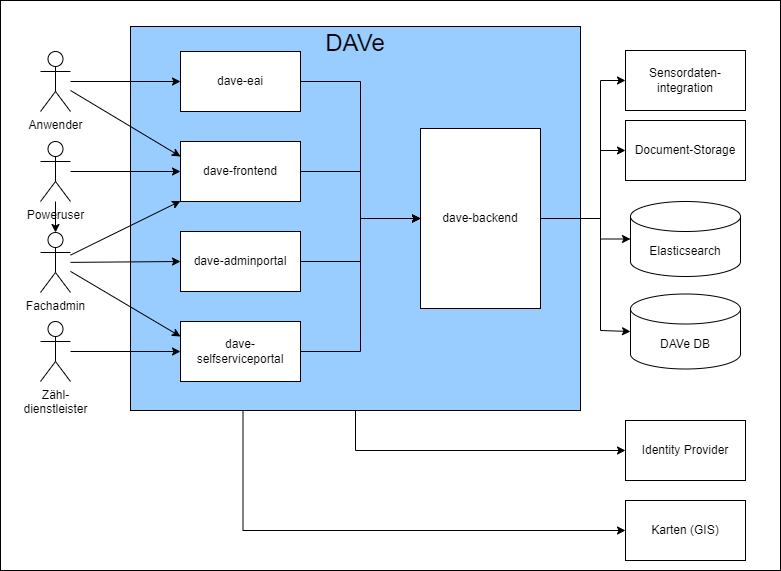
Earlier version of the draw.io export docs/src/img/DAVe_Technischer_Kontext.drawio.png (it-at-m/dave). Source tidied: cells renumbered, new cells last; positions are measured from the earlier drawing's top-left corner, leaving out a move shared by most shapes.
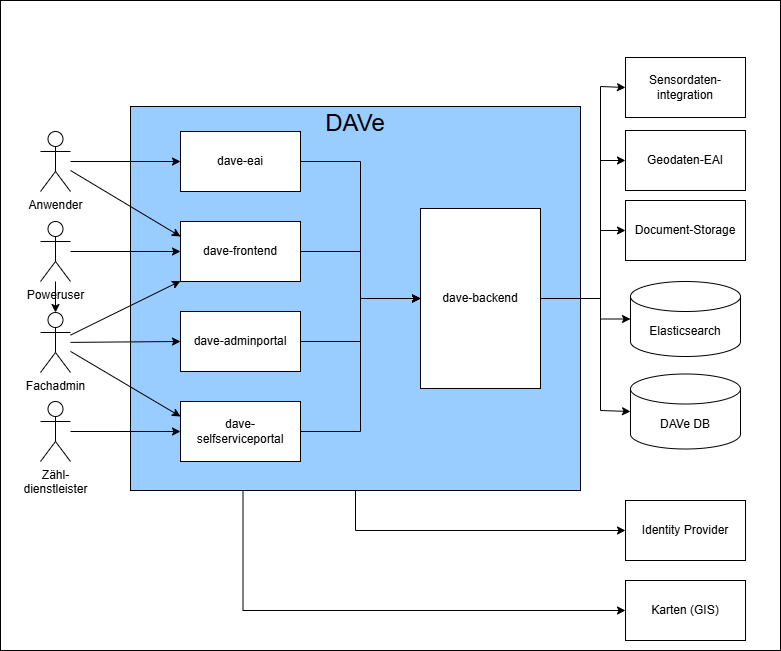
Later version of the same file.

Commit message:
add geodata eai to technischer kontext

What changed in the source:
```diff
@@ -2,58 +2,58 @@
   <root>
     <mxCell id="0" />
     <mxCell id="1" parent="0" />
-    <mxCell id="2" style="rounded=0;whiteSpace=wrap;html=1;fillColor=#FFFFFF;" parent="1" vertex="1">
-      <mxGeometry width="780" height="570" as="geometry" />
+    <mxCell id="2" style="rounded=0;whiteSpace=wrap;html=1;fillColor=light-dark(#FFFFFF,#FFFFFF);" parent="1" vertex="1">
+      <mxGeometry y="-80" width="780" height="650" as="geometry" />
     </mxCell>
-    <mxCell id="3" value="&lt;font style=&quot;color: light-dark(rgb(0, 0, 0), rgb(0, 0, 0));&quot;&gt;Sensordaten-integration&lt;/font&gt;" style="rounded=0;whiteSpace=wrap;html=1;fillColor=none;strokeColor=#000000;" parent="1" vertex="1">
+    <mxCell id="3" value="&lt;font style=&quot;color: light-dark(rgb(0, 0, 0), rgb(0, 0, 0));&quot;&gt;Geodaten-EAI&lt;/font&gt;" style="rounded=0;whiteSpace=wrap;html=1;fillColor=none;strokeColor=light-dark(#000000,#000000);" parent="1" vertex="1">
       <mxGeometry x="625" y="50" width="120" height="60" as="geometry" />
     </mxCell>
-    <mxCell id="4" value="Fachadmin" style="shape=umlActor;verticalLabelPosition=bottom;verticalAlign=top;html=1;outlineConnect=0;fontColor=light-dark(#000000,#000000);strokeColor=#000000;fillColor=none;" parent="1" vertex="1">
+    <mxCell id="4" value="Fachadmin" style="shape=umlActor;verticalLabelPosition=bottom;verticalAlign=top;html=1;outlineConnect=0;fontColor=light-dark(#000000,#000000);strokeColor=light-dark(#000000,#000000);fillColor=none;" parent="1" vertex="1">
       <mxGeometry x="40" y="232" width="30" height="60" as="geometry" />
     </mxCell>
-    <mxCell id="5" value="Zähl-&lt;br&gt;dienstleister" style="shape=umlActor;verticalLabelPosition=bottom;verticalAlign=top;html=1;outlineConnect=0;strokeColor=#000000;fontColor=light-dark(#000000,#000000);fillColor=none;" parent="1" vertex="1">
+    <mxCell id="5" value="Zähl-&lt;br&gt;dienstleister" style="shape=umlActor;verticalLabelPosition=bottom;verticalAlign=top;html=1;outlineConnect=0;strokeColor=light-dark(#000000,#000000);fontColor=light-dark(#000000,#000000);fillColor=none;" parent="1" vertex="1">
       <mxGeometry x="40" y="321" width="30" height="60" as="geometry" />
     </mxCell>
-    <mxCell id="6" style="edgeStyle=orthogonalEdgeStyle;rounded=0;jettySize=auto;html=1;exitX=0.5;exitY=1;exitDx=0;exitDy=0;entryX=0;entryY=0.5;entryDx=0;entryDy=0;strokeColor=#000000;" parent="1" edge="1" source="7" target="29">
+    <mxCell id="6" style="edgeStyle=orthogonalEdgeStyle;rounded=0;jettySize=auto;html=1;exitX=0.5;exitY=1;exitDx=0;exitDy=0;entryX=0;entryY=0.5;entryDx=0;entryDy=0;strokeColor=light-dark(#000000,#000000);" parent="1" edge="1" source="7" target="29">
       <mxGeometry relative="1" as="geometry" />
     </mxCell>
     <mxCell id="7" value="&lt;font style=&quot;font-size: 24px; color: light-dark(rgb(0, 0, 0), rgb(0, 0, 0));&quot;&gt;DAVe&lt;/font&gt;&lt;div&gt;&lt;font style=&quot;color: light-dark(rgb(0, 0, 0), rgb(0, 0, 0));&quot; size=&quot;3&quot;&gt;&lt;br&gt;&lt;/font&gt;&lt;/div&gt;&lt;div&gt;&lt;font style=&quot;color: light-dark(rgb(0, 0, 0), rgb(0, 0, 0));&quot; size=&quot;3&quot;&gt;&lt;br&gt;&lt;/font&gt;&lt;/div&gt;&lt;div&gt;&lt;font style=&quot;color: light-dark(rgb(0, 0, 0), rgb(0, 0, 0));&quot; size=&quot;3&quot;&gt;&lt;br&gt;&lt;/font&gt;&lt;/div&gt;&lt;div&gt;&lt;font style=&quot;color: light-dark(rgb(0, 0, 0), rgb(0, 0, 0));&quot; size=&quot;3&quot;&gt;&lt;br&gt;&lt;/font&gt;&lt;/div&gt;&lt;div&gt;&lt;font style=&quot;color: light-dark(rgb(0, 0, 0), rgb(0, 0, 0));&quot; size=&quot;3&quot;&gt;&lt;br&gt;&lt;/font&gt;&lt;/div&gt;&lt;div&gt;&lt;font style=&quot;color: light-dark(rgb(0, 0, 0), rgb(0, 0, 0));&quot; size=&quot;3&quot;&gt;&lt;br&gt;&lt;/font&gt;&lt;/div&gt;&lt;div&gt;&lt;font style=&quot;color: light-dark(rgb(0, 0, 0), rgb(0, 0, 0));&quot; size=&quot;3&quot;&gt;&lt;br&gt;&lt;/font&gt;&lt;/div&gt;&lt;div&gt;&lt;font style=&quot;color: light-dark(rgb(0, 0, 0), rgb(0, 0, 0));&quot; size=&quot;3&quot;&gt;&lt;br&gt;&lt;/font&gt;&lt;/div&gt;&lt;div&gt;&lt;br&gt;&lt;/div&gt;&lt;div&gt;&lt;font style=&quot;color: light-dark(rgb(0, 0, 0), rgb(0, 0, 0));&quot; size=&quot;3&quot;&gt;&lt;br&gt;&lt;/font&gt;&lt;/div&gt;&lt;div&gt;&lt;font style=&quot;color: light-dark(rgb(0, 0, 0), rgb(0, 0, 0));&quot; size=&quot;3&quot;&gt;&lt;br&gt;&lt;/font&gt;&lt;/div&gt;&lt;div&gt;&lt;font style=&quot;color: light-dark(rgb(0, 0, 0), rgb(0, 0, 0));&quot; size=&quot;3&quot;&gt;&lt;br&gt;&lt;/font&gt;&lt;/div&gt;&lt;div&gt;&lt;font style=&quot;color: light-dark(rgb(0, 0, 0), rgb(0, 0, 0));&quot; size=&quot;3&quot;&gt;&lt;br&gt;&lt;/font&gt;&lt;/div&gt;&lt;div&gt;&lt;font style=&quot;color: light-dark(rgb(0, 0, 0), rgb(0, 0, 0));&quot; size=&quot;3&quot;&gt;&lt;br&gt;&lt;/font&gt;&lt;/div&gt;&lt;div&gt;&lt;font style=&quot;color: light-dark(rgb(0, 0, 0), rgb(0, 0, 0));&quot; size=&quot;3&quot;&gt;&lt;br&gt;&lt;/font&gt;&lt;/div&gt;&lt;div&gt;&lt;font style=&quot;color: light-dark(rgb(0, 0, 0), rgb(0, 0, 0));&quot;&gt;&lt;br&gt;&lt;/font&gt;&lt;/div&gt;&lt;div&gt;&lt;font style=&quot;color: light-dark(rgb(0, 0, 0), rgb(0, 0, 0));&quot; size=&quot;3&quot;&gt;&lt;br&gt;&lt;/font&gt;&lt;/div&gt;&lt;div&gt;&lt;font style=&quot;color: light-dark(rgb(0, 0, 0), rgb(0, 0, 0));&quot; size=&quot;3&quot;&gt;&lt;br&gt;&lt;/font&gt;&lt;/div&gt;&lt;div&gt;&lt;br&gt;&lt;/div&gt;" style="rounded=0;whiteSpace=wrap;html=1;fillColor=#99CCFF;strokeColor=#000000;" parent="1" vertex="1">
       <mxGeometry x="130" y="26" width="450" height="384" as="geometry" />
     </mxCell>
-    <mxCell id="8" style="rounded=0;jettySize=auto;html=1;strokeColor=#000000;entryX=0;entryY=0.5;entryDx=0;entryDy=0;" parent="1" edge="1" source="10" target="18">
+    <mxCell id="8" style="rounded=0;jettySize=auto;html=1;strokeColor=light-dark(#000000,#000000);entryX=0;entryY=0.5;entryDx=0;entryDy=0;" parent="1" edge="1" source="10" target="18">
       <mxGeometry relative="1" as="geometry" />
     </mxCell>
-    <mxCell id="9" style="rounded=0;jettySize=auto;html=1;entryX=0;entryY=0.25;entryDx=0;entryDy=0;strokeColor=#000000;" parent="1" edge="1" source="10" target="12">
+    <mxCell id="9" style="rounded=0;jettySize=auto;html=1;entryX=0;entryY=0.25;entryDx=0;entryDy=0;strokeColor=light-dark(#000000,#000000);" parent="1" edge="1" source="10" target="12">
       <mxGeometry relative="1" as="geometry" />
     </mxCell>
-    <mxCell id="10" value="Anwender" style="shape=umlActor;verticalLabelPosition=bottom;verticalAlign=top;html=1;outlineConnect=0;strokeColor=#000000;fontColor=light-dark(#000000,#000000);fillColor=none;" parent="1" vertex="1">
+    <mxCell id="10" value="Anwender" style="shape=umlActor;verticalLabelPosition=bottom;verticalAlign=top;html=1;outlineConnect=0;strokeColor=light-dark(#000000,#000000);fontColor=light-dark(#000000,#000000);fillColor=none;" parent="1" vertex="1">
       <mxGeometry x="40" y="51" width="30" height="60" as="geometry" />
     </mxCell>
-    <mxCell id="11" style="edgeStyle=orthogonalEdgeStyle;rounded=0;jettySize=auto;html=1;exitX=1;exitY=0.5;exitDx=0;exitDy=0;entryX=0;entryY=0.5;entryDx=0;entryDy=0;strokeColor=#000000;" parent="1" edge="1" source="12" target="21">
+    <mxCell id="11" style="edgeStyle=orthogonalEdgeStyle;rounded=0;jettySize=auto;html=1;exitX=1;exitY=0.5;exitDx=0;exitDy=0;entryX=0;entryY=0.5;entryDx=0;entryDy=0;strokeColor=light-dark(#000000,#000000);" parent="1" edge="1" source="12" target="21">
       <mxGeometry relative="1" as="geometry" />
     </mxCell>
-    <mxCell id="12" value="&lt;font color=&quot;#000000&quot;&gt;dave-frontend&lt;/font&gt;" style="rounded=0;whiteSpace=wrap;html=1;fillColor=#FFFFFF;strokeColor=#000000;" parent="1" vertex="1">
+    <mxCell id="12" value="&lt;font color=&quot;#000000&quot;&gt;dave-frontend&lt;/font&gt;" style="rounded=0;whiteSpace=wrap;html=1;fillColor=#FFFFFF;strokeColor=light-dark(#000000,#000000);" parent="1" vertex="1">
       <mxGeometry x="180" y="141" width="120" height="60" as="geometry" />
     </mxCell>
-    <mxCell id="13" style="edgeStyle=orthogonalEdgeStyle;rounded=0;jettySize=auto;html=1;exitX=1;exitY=0.5;exitDx=0;exitDy=0;entryX=0;entryY=0.5;entryDx=0;entryDy=0;strokeColor=#000000;" parent="1" edge="1" source="14" target="21">
+    <mxCell id="13" style="edgeStyle=orthogonalEdgeStyle;rounded=0;jettySize=auto;html=1;exitX=1;exitY=0.5;exitDx=0;exitDy=0;entryX=0;entryY=0.5;entryDx=0;entryDy=0;strokeColor=light-dark(#000000,#000000);" parent="1" edge="1" source="14" target="21">
       <mxGeometry relative="1" as="geometry" />
     </mxCell>
-    <mxCell id="14" value="&lt;font color=&quot;#000000&quot;&gt;dave-adminportal&lt;/font&gt;" style="rounded=0;whiteSpace=wrap;html=1;fillColor=#FFFFFF;strokeColor=#000000;" parent="1" vertex="1">
+    <mxCell id="14" value="&lt;font color=&quot;#000000&quot;&gt;dave-adminportal&lt;/font&gt;" style="rounded=0;whiteSpace=wrap;html=1;fillColor=#FFFFFF;strokeColor=light-dark(#000000,#000000);" parent="1" vertex="1">
       <mxGeometry x="180" y="231" width="120" height="60" as="geometry" />
     </mxCell>
-    <mxCell id="15" style="edgeStyle=orthogonalEdgeStyle;rounded=0;jettySize=auto;html=1;exitX=1;exitY=0.5;exitDx=0;exitDy=0;entryX=0;entryY=0.5;entryDx=0;entryDy=0;strokeColor=#000000;" parent="1" edge="1" source="16" target="21">
+    <mxCell id="15" style="edgeStyle=orthogonalEdgeStyle;rounded=0;jettySize=auto;html=1;exitX=1;exitY=0.5;exitDx=0;exitDy=0;entryX=0;entryY=0.5;entryDx=0;entryDy=0;strokeColor=light-dark(#000000,#000000);" parent="1" edge="1" source="16" target="21">
       <mxGeometry relative="1" as="geometry" />
     </mxCell>
-    <mxCell id="16" value="&lt;font color=&quot;#000000&quot;&gt;dave-&lt;/font&gt;&lt;div&gt;&lt;font color=&quot;#000000&quot;&gt;selfserviceportal&lt;/font&gt;&lt;/div&gt;" style="rounded=0;whiteSpace=wrap;html=1;fillColor=#FFFFFF;strokeColor=#000000;" parent="1" vertex="1">
+    <mxCell id="16" value="&lt;font color=&quot;#000000&quot;&gt;dave-&lt;/font&gt;&lt;div&gt;&lt;font color=&quot;#000000&quot;&gt;selfserviceportal&lt;/font&gt;&lt;/div&gt;" style="rounded=0;whiteSpace=wrap;html=1;fillColor=#FFFFFF;strokeColor=light-dark(#000000,#000000);" parent="1" vertex="1">
       <mxGeometry x="180" y="321" width="120" height="60" as="geometry" />
     </mxCell>
-    <mxCell id="17" style="edgeStyle=orthogonalEdgeStyle;rounded=0;jettySize=auto;html=1;exitX=1;exitY=0.5;exitDx=0;exitDy=0;entryX=0;entryY=0.5;entryDx=0;entryDy=0;strokeColor=#000000;" parent="1" edge="1" source="18" target="21">
+    <mxCell id="17" style="edgeStyle=orthogonalEdgeStyle;rounded=0;jettySize=auto;html=1;exitX=1;exitY=0.5;exitDx=0;exitDy=0;entryX=0;entryY=0.5;entryDx=0;entryDy=0;strokeColor=light-dark(#000000,#000000);" parent="1" edge="1" source="18" target="21">
       <mxGeometry relative="1" as="geometry" />
     </mxCell>
-    <mxCell id="18" value="&lt;font color=&quot;#000000&quot;&gt;dave-eai&lt;/font&gt;" style="rounded=0;whiteSpace=wrap;html=1;fillColor=#FFFFFF;strokeColor=#000000;" parent="1" vertex="1">
+    <mxCell id="18" value="&lt;font color=&quot;#000000&quot;&gt;dave-eai&lt;/font&gt;" style="rounded=0;whiteSpace=wrap;html=1;fillColor=#FFFFFF;strokeColor=light-dark(#000000,#000000);" parent="1" vertex="1">
       <mxGeometry x="180" y="51" width="120" height="60" as="geometry" />
     </mxCell>
-    <mxCell id="19" style="edgeStyle=orthogonalEdgeStyle;rounded=0;jettySize=auto;html=1;exitX=1;exitY=0.5;exitDx=0;exitDy=0;entryX=0;entryY=0.5;entryDx=0;entryDy=0;strokeColor=#000000;" parent="1" edge="1" source="21" target="3">
+    <mxCell id="19" style="edgeStyle=orthogonalEdgeStyle;rounded=0;jettySize=auto;html=1;exitX=1;exitY=0.5;exitDx=0;exitDy=0;entryX=0;entryY=0.5;entryDx=0;entryDy=0;strokeColor=light-dark(#000000,#000000);" parent="1" edge="1" source="21" target="3">
       <mxGeometry relative="1" as="geometry">
         <Array as="points">
           <mxPoint x="600" y="218" />
@@ -61,7 +61,7 @@
         </Array>
       </mxGeometry>
     </mxCell>
-    <mxCell id="20" style="edgeStyle=orthogonalEdgeStyle;rounded=0;jettySize=auto;html=1;exitX=1;exitY=0.5;exitDx=0;exitDy=0;entryX=0;entryY=0.5;entryDx=0;entryDy=0;strokeColor=#000000;" parent="1" edge="1" source="21" target="28">
+    <mxCell id="20" style="edgeStyle=orthogonalEdgeStyle;rounded=0;jettySize=auto;html=1;exitX=1;exitY=0.5;exitDx=0;exitDy=0;entryX=0;entryY=0.5;entryDx=0;entryDy=0;strokeColor=light-dark(#000000,#000000);" parent="1" edge="1" source="21" target="28">
       <mxGeometry relative="1" as="geometry">
         <Array as="points">
           <mxPoint x="600" y="218" />
@@ -69,34 +69,34 @@
         </Array>
       </mxGeometry>
     </mxCell>
-    <mxCell id="21" value="&lt;font color=&quot;#000000&quot;&gt;dave-backend&lt;/font&gt;" style="rounded=0;whiteSpace=wrap;html=1;fillColor=#FFFFFF;strokeColor=#000000;" parent="1" vertex="1">
+    <mxCell id="21" value="&lt;font color=&quot;#000000&quot;&gt;dave-backend&lt;/font&gt;" style="rounded=0;whiteSpace=wrap;html=1;fillColor=#FFFFFF;strokeColor=light-dark(#000000,#000000);" parent="1" vertex="1">
       <mxGeometry x="420" y="128" width="120" height="180" as="geometry" />
     </mxCell>
-    <mxCell id="22" style="rounded=0;jettySize=auto;html=1;strokeColor=#000000;entryX=0;entryY=0.5;entryDx=0;entryDy=0;" parent="1" edge="1" source="4" target="14">
+    <mxCell id="22" style="rounded=0;jettySize=auto;html=1;strokeColor=light-dark(#000000,#000000);entryX=0;entryY=0.5;entryDx=0;entryDy=0;" parent="1" edge="1" source="4" target="14">
       <mxGeometry relative="1" as="geometry" />
     </mxCell>
-    <mxCell id="23" style="rounded=0;jettySize=auto;html=1;entryX=0;entryY=0.5;entryDx=0;entryDy=0;strokeColor=#000000;" parent="1" edge="1" source="5" target="16">
+    <mxCell id="23" style="rounded=0;jettySize=auto;html=1;entryX=0;entryY=0.5;entryDx=0;entryDy=0;strokeColor=light-dark(#000000,#000000);" parent="1" edge="1" source="5" target="16">
       <mxGeometry relative="1" as="geometry" />
     </mxCell>
-    <mxCell id="24" style="rounded=0;jettySize=auto;html=1;strokeColor=#000000;" parent="1" edge="1" source="4" target="12">
+    <mxCell id="24" style="rounded=0;jettySize=auto;html=1;strokeColor=light-dark(#000000,#000000);" parent="1" edge="1" source="4" target="12">
       <mxGeometry relative="1" as="geometry" />
     </mxCell>
-    <mxCell id="25" style="rounded=0;jettySize=auto;html=1;entryX=0;entryY=0.25;entryDx=0;entryDy=0;strokeColor=#000000;" parent="1" edge="1" source="4" target="16">
+    <mxCell id="25" style="rounded=0;jettySize=auto;html=1;entryX=0;entryY=0.25;entryDx=0;entryDy=0;strokeColor=light-dark(#000000,#000000);" parent="1" edge="1" source="4" target="16">
       <mxGeometry relative="1" as="geometry" />
     </mxCell>
-    <mxCell id="26" value="Elasticsearch" style="shape=cylinder3;whiteSpace=wrap;html=1;boundedLbl=1;backgroundOutline=1;size=15;fillColor=none;fontColor=light-dark(#000000,#000000);strokeColor=#000000;" parent="1" vertex="1">
+    <mxCell id="26" value="Elasticsearch" style="shape=cylinder3;whiteSpace=wrap;html=1;boundedLbl=1;backgroundOutline=1;size=15;fillColor=none;fontColor=light-dark(#000000,#000000);strokeColor=light-dark(#000000,#000000);" parent="1" vertex="1">
       <mxGeometry x="630" y="201" width="110" height="75" as="geometry" />
     </mxCell>
-    <mxCell id="27" value="DAVe DB" style="shape=cylinder3;whiteSpace=wrap;html=1;boundedLbl=1;backgroundOutline=1;size=15;fillColor=none;fontColor=light-dark(#000000,#000000);strokeColor=#000000;" parent="1" vertex="1">
+    <mxCell id="27" value="DAVe DB" style="shape=cylinder3;whiteSpace=wrap;html=1;boundedLbl=1;backgroundOutline=1;size=15;fillColor=none;fontColor=light-dark(#000000,#000000);strokeColor=light-dark(#000000,#000000);" parent="1" vertex="1">
       <mxGeometry x="630" y="293.5" width="110" height="75" as="geometry" />
     </mxCell>
-    <mxCell id="28" value="&lt;font style=&quot;color: light-dark(rgb(0, 0, 0), rgb(0, 0, 0));&quot;&gt;Document-Storage&lt;/font&gt;" style="rounded=0;whiteSpace=wrap;html=1;fillColor=none;strokeColor=#000000;" parent="1" vertex="1">
+    <mxCell id="28" value="&lt;font style=&quot;color: light-dark(rgb(0, 0, 0), rgb(0, 0, 0));&quot;&gt;Document-Storage&lt;/font&gt;" style="rounded=0;whiteSpace=wrap;html=1;fillColor=none;strokeColor=light-dark(#000000,#000000);" parent="1" vertex="1">
       <mxGeometry x="625" y="120" width="120" height="60" as="geometry" />
     </mxCell>
-    <mxCell id="29" value="&lt;font style=&quot;color: light-dark(rgb(0, 0, 0), rgb(0, 0, 0));&quot;&gt;Identity Provider&lt;/font&gt;" style="rounded=0;whiteSpace=wrap;html=1;fillColor=none;strokeColor=#000000;" parent="1" vertex="1">
+    <mxCell id="29" value="&lt;font style=&quot;color: light-dark(rgb(0, 0, 0), rgb(0, 0, 0));&quot;&gt;Identity Provider&lt;/font&gt;" style="rounded=0;whiteSpace=wrap;html=1;fillColor=none;strokeColor=light-dark(#000000,#000000);" parent="1" vertex="1">
       <mxGeometry x="625" y="420" width="120" height="60" as="geometry" />
     </mxCell>
-    <mxCell id="30" style="edgeStyle=orthogonalEdgeStyle;rounded=0;jettySize=auto;html=1;exitX=1;exitY=0.5;exitDx=0;exitDy=0;entryX=0;entryY=0.5;entryDx=0;entryDy=0;entryPerimeter=0;strokeColor=#000000;" parent="1" edge="1" source="21" target="26">
+    <mxCell id="30" style="edgeStyle=orthogonalEdgeStyle;rounded=0;jettySize=auto;html=1;exitX=1;exitY=0.5;exitDx=0;exitDy=0;entryX=0;entryY=0.5;entryDx=0;entryDy=0;entryPerimeter=0;strokeColor=light-dark(#000000,#000000);" parent="1" edge="1" source="21" target="26">
       <mxGeometry relative="1" as="geometry">
         <Array as="points">
           <mxPoint x="600" y="218" />
@@ -104,7 +104,7 @@
         </Array>
       </mxGeometry>
     </mxCell>
-    <mxCell id="31" style="edgeStyle=orthogonalEdgeStyle;rounded=0;jettySize=auto;html=1;exitX=1;exitY=0.5;exitDx=0;exitDy=0;entryX=0;entryY=0.5;entryDx=0;entryDy=0;entryPerimeter=0;strokeColor=#000000;" parent="1" edge="1" source="21" target="27">
+    <mxCell id="31" style="edgeStyle=orthogonalEdgeStyle;rounded=0;jettySize=auto;html=1;exitX=1;exitY=0.5;exitDx=0;exitDy=0;entryX=0;entryY=0.5;entryDx=0;entryDy=0;entryPerimeter=0;strokeColor=light-dark(#000000,#000000);" parent="1" edge="1" source="21" target="27">
       <mxGeometry relative="1" as="geometry">
         <Array as="points">
           <mxPoint x="600" y="218" />
@@ -118,14 +118,26 @@
     <mxCell id="33" style="edgeStyle=orthogonalEdgeStyle;rounded=0;jettySize=auto;html=1;" parent="1" edge="1" source="34" target="4">
       <mxGeometry relative="1" as="geometry" />
     </mxCell>
-    <mxCell id="34" value="Poweruser" style="shape=umlActor;verticalLabelPosition=bottom;verticalAlign=top;html=1;outlineConnect=0;strokeColor=#000000;fontColor=light-dark(#000000,#000000);fillColor=none;" parent="1" vertex="1">
+    <mxCell id="34" value="Poweruser" style="shape=umlActor;verticalLabelPosition=bottom;verticalAlign=top;html=1;outlineConnect=0;strokeColor=light-dark(#000000,#000000);fontColor=light-dark(#000000,#000000);fillColor=none;" parent="1" vertex="1">
       <mxGeometry x="40" y="141" width="30" height="60" as="geometry" />
     </mxCell>
-    <mxCell id="35" value="Karten (GIS)" style="rounded=0;whiteSpace=wrap;html=1;fillColor=none;strokeColor=#000000;" parent="1" vertex="1">
+    <mxCell id="35" value="Karten (GIS)" style="rounded=0;whiteSpace=wrap;html=1;fillColor=none;strokeColor=light-dark(#000000,#000000);" parent="1" vertex="1">
       <mxGeometry x="625" y="500" width="120" height="60" as="geometry" />
     </mxCell>
-    <mxCell id="36" style="edgeStyle=orthogonalEdgeStyle;rounded=0;jettySize=auto;html=1;exitX=0.25;exitY=1;exitDx=0;exitDy=0;entryX=0;entryY=0.5;entryDx=0;entryDy=0;strokeColor=#000000;" parent="1" edge="1" source="7" target="35">
+    <mxCell id="36" style="edgeStyle=orthogonalEdgeStyle;rounded=0;jettySize=auto;html=1;exitX=0.25;exitY=1;exitDx=0;exitDy=0;entryX=0;entryY=0.5;entryDx=0;entryDy=0;strokeColor=light-dark(#000000,#000000);" parent="1" edge="1" source="7" target="35">
       <mxGeometry relative="1" as="geometry" />
     </mxCell>
+    <mxCell id="37" value="&lt;font style=&quot;color: light-dark(rgb(0, 0, 0), rgb(0, 0, 0));&quot;&gt;Sensordaten-integration&lt;/font&gt;" style="rounded=0;whiteSpace=wrap;html=1;fillColor=none;strokeColor=light-dark(#000000,#000000);" parent="1" vertex="1">
+      <mxGeometry x="625" y="-23" width="120" height="60" as="geometry" />
+    </mxCell>
+    <mxCell id="38" style="edgeStyle=orthogonalEdgeStyle;rounded=0;jettySize=auto;html=1;exitX=1;exitY=0.5;exitDx=0;exitDy=0;entryX=0;entryY=0.5;entryDx=0;entryDy=0;strokeColor=light-dark(#000000,#000000);" parent="1" edge="1" target="37">
+      <mxGeometry relative="1" as="geometry">
+        <mxPoint x="540" y="218" as="sourcePoint" />
+        <Array as="points">
+          <mxPoint x="600" y="218" />
+          <mxPoint x="600" y="6" />
+        </Array>
+      </mxGeometry>
+    </mxCell>
   </root>
 </mxGraphModel>
```
